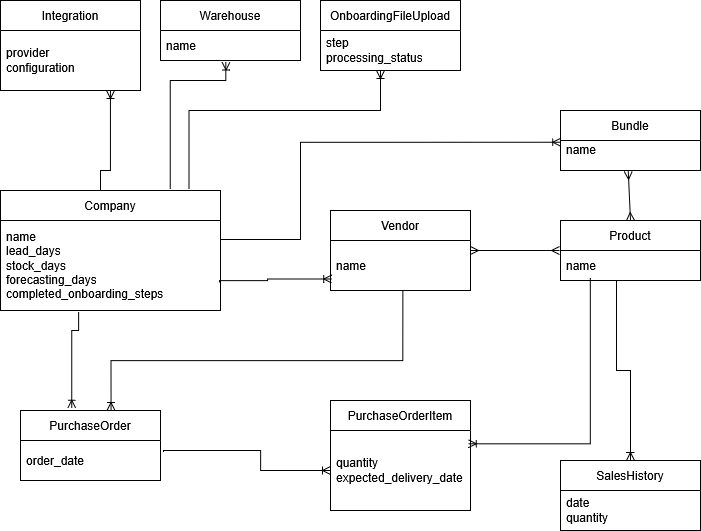
h4nz2/logistics-onboarding keeps this draw.io diagram as docs/entity_diagram.png. Above is the earlier version. Source tidied: cells renumbered, new cells last; positions are measured from the earlier drawing's top-left corner, leaving out a move shared by most shapes. Its diagram source:
```xml
<mxGraphModel>
  <root>
    <mxCell id="0" />
    <mxCell id="1" parent="0" />
    <mxCell id="2" value="&lt;div&gt;Company&lt;/div&gt;" style="swimlane;fontStyle=0;horizontal=1;startSize=30;whiteSpace=wrap;html=1;" parent="1" vertex="1">
      <mxGeometry y="190" width="220" height="120" as="geometry" />
    </mxCell>
    <mxCell id="3" value="&lt;div&gt;name&lt;/div&gt;&lt;div&gt;lead_days&lt;/div&gt;&lt;div&gt;stock_days&lt;/div&gt;&lt;div&gt;forecasting_days&lt;/div&gt;&lt;div&gt;completed_onboarding_steps&lt;/div&gt;" style="text;strokeColor=none;fillColor=none;align=left;verticalAlign=middle;spacingLeft=4;spacingRight=4;overflow=hidden;points=[[0,0.5],[1,0.5]];portConstraint=eastwest;whiteSpace=wrap;html=1;" parent="2" vertex="1">
      <mxGeometry y="30" width="220" height="90" as="geometry" />
    </mxCell>
    <mxCell id="4" value="PurchaseOrder" style="swimlane;fontStyle=0;horizontal=1;startSize=30;whiteSpace=wrap;html=1;" parent="1" vertex="1">
      <mxGeometry x="20" y="410" width="140" height="70" as="geometry" />
    </mxCell>
    <mxCell id="5" value="&lt;div&gt;order_date&lt;/div&gt;" style="text;strokeColor=none;fillColor=none;align=left;verticalAlign=middle;spacingLeft=4;spacingRight=4;overflow=hidden;points=[[0,0.5],[1,0.5]];portConstraint=eastwest;whiteSpace=wrap;html=1;" parent="4" vertex="1">
      <mxGeometry y="30" width="140" height="40" as="geometry" />
    </mxCell>
    <mxCell id="6" value="PurchaseOrderItem" style="swimlane;fontStyle=0;horizontal=1;startSize=30;whiteSpace=wrap;html=1;" parent="1" vertex="1">
      <mxGeometry x="330" y="400" width="140" height="110" as="geometry" />
    </mxCell>
    <mxCell id="7" value="quantity&lt;br&gt;expected_delivery_date" style="text;strokeColor=none;fillColor=none;align=left;verticalAlign=middle;spacingLeft=4;spacingRight=4;overflow=hidden;points=[[0,0.5],[1,0.5]];portConstraint=eastwest;whiteSpace=wrap;html=1;" parent="6" vertex="1">
      <mxGeometry y="30" width="140" height="80" as="geometry" />
    </mxCell>
    <mxCell id="8" value="Product" style="swimlane;fontStyle=0;horizontal=1;startSize=30;whiteSpace=wrap;html=1;" parent="1" vertex="1">
      <mxGeometry x="560" y="220" width="140" height="60" as="geometry" />
    </mxCell>
    <mxCell id="9" value="&lt;div&gt;name&lt;/div&gt;" style="text;strokeColor=none;fillColor=none;align=left;verticalAlign=middle;spacingLeft=4;spacingRight=4;overflow=hidden;points=[[0,0.5],[1,0.5]];portConstraint=eastwest;whiteSpace=wrap;html=1;" parent="8" vertex="1">
      <mxGeometry y="30" width="140" height="30" as="geometry" />
    </mxCell>
    <mxCell id="10" value="Vendor" style="swimlane;fontStyle=0;horizontal=1;startSize=30;whiteSpace=wrap;html=1;" parent="1" vertex="1">
      <mxGeometry x="330" y="210" width="140" height="80" as="geometry" />
    </mxCell>
    <mxCell id="11" value="&lt;div&gt;name&lt;/div&gt;" style="text;strokeColor=none;fillColor=none;align=left;verticalAlign=middle;spacingLeft=4;spacingRight=4;overflow=hidden;points=[[0,0.5],[1,0.5]];portConstraint=eastwest;whiteSpace=wrap;html=1;" parent="10" vertex="1">
      <mxGeometry y="30" width="140" height="50" as="geometry" />
    </mxCell>
    <mxCell id="12" value="Warehouse" style="swimlane;fontStyle=0;horizontal=1;startSize=30;whiteSpace=wrap;html=1;" parent="1" vertex="1">
      <mxGeometry x="160" width="140" height="60" as="geometry" />
    </mxCell>
    <mxCell id="13" value="&lt;div&gt;name&lt;/div&gt;" style="text;strokeColor=none;fillColor=none;align=left;verticalAlign=middle;spacingLeft=4;spacingRight=4;overflow=hidden;points=[[0,0.5],[1,0.5]];portConstraint=eastwest;whiteSpace=wrap;html=1;" parent="12" vertex="1">
      <mxGeometry y="30" width="140" height="30" as="geometry" />
    </mxCell>
    <mxCell id="14" value="Bundle" style="swimlane;fontStyle=0;horizontal=1;startSize=30;whiteSpace=wrap;html=1;" parent="1" vertex="1">
      <mxGeometry x="560" y="110" width="140" height="60" as="geometry" />
    </mxCell>
    <mxCell id="15" value="&lt;div&gt;name&lt;/div&gt;&lt;div&gt;&lt;br&gt;&lt;/div&gt;" style="text;strokeColor=none;fillColor=none;align=left;verticalAlign=middle;spacingLeft=4;spacingRight=4;overflow=hidden;points=[[0,0.5],[1,0.5]];portConstraint=eastwest;whiteSpace=wrap;html=1;" parent="14" vertex="1">
      <mxGeometry y="30" width="140" height="30" as="geometry" />
    </mxCell>
    <mxCell id="16" value="SalesHistory" style="swimlane;fontStyle=0;horizontal=1;startSize=30;whiteSpace=wrap;html=1;" parent="1" vertex="1">
      <mxGeometry x="560" y="460" width="140" height="70" as="geometry" />
    </mxCell>
    <mxCell id="17" value="&lt;div&gt;date&lt;/div&gt;&lt;div&gt;quantity&lt;/div&gt;" style="text;strokeColor=none;fillColor=none;align=left;verticalAlign=middle;spacingLeft=4;spacingRight=4;overflow=hidden;whiteSpace=wrap;html=1;" parent="16" vertex="1">
      <mxGeometry y="30" width="140" height="40" as="geometry" />
    </mxCell>
    <mxCell id="18" style="edgeStyle=entityRelationEdgeStyle;fontSize=12;html=1;endArrow=ERmany;startArrow=ERmany;rounded=0;entryX=-0.007;entryY=0;entryDx=0;entryDy=0;entryPerimeter=0;exitX=1;exitY=0.5;exitDx=0;exitDy=0;" parent="1" edge="1" source="10" target="9">
      <mxGeometry relative="1" as="geometry" />
    </mxCell>
    <mxCell id="19" style="fontSize=12;html=1;endArrow=ERmany;startArrow=ERmany;rounded=0;exitX=0.484;exitY=1.028;exitDx=0;exitDy=0;entryX=0.5;entryY=0;entryDx=0;entryDy=0;exitPerimeter=0;" parent="1" edge="1" source="15" target="8">
      <mxGeometry relative="1" as="geometry" />
    </mxCell>
    <mxCell id="20" value="Integration" style="swimlane;fontStyle=0;horizontal=1;startSize=30;whiteSpace=wrap;html=1;" parent="1" vertex="1">
      <mxGeometry width="140" height="90" as="geometry" />
    </mxCell>
    <mxCell id="21" value="&lt;div&gt;provider&lt;/div&gt;configuration" style="text;strokeColor=none;fillColor=none;align=left;verticalAlign=middle;spacingLeft=4;spacingRight=4;overflow=hidden;points=[[0,0.5],[1,0.5]];portConstraint=eastwest;whiteSpace=wrap;html=1;" parent="20" vertex="1">
      <mxGeometry y="30" width="140" height="60" as="geometry" />
    </mxCell>
    <mxCell id="22" style="edgeStyle=orthogonalEdgeStyle;fontSize=12;html=1;endArrow=ERoneToMany;rounded=0;entryX=0.366;entryY=-0.033;entryDx=0;entryDy=0;entryPerimeter=0;exitX=0.355;exitY=1.017;exitDx=0;exitDy=0;exitPerimeter=0;" parent="1" edge="1" source="3" target="4">
      <mxGeometry relative="1" as="geometry">
        <Array as="points">
          <mxPoint x="78" y="330" />
          <mxPoint x="71" y="330" />
        </Array>
      </mxGeometry>
    </mxCell>
    <mxCell id="23" style="edgeStyle=orthogonalEdgeStyle;fontSize=12;html=1;endArrow=ERoneToMany;rounded=0;entryX=0.009;entryY=0.768;entryDx=0;entryDy=0;entryPerimeter=0;exitX=0.995;exitY=0.687;exitDx=0;exitDy=0;exitPerimeter=0;" parent="1" edge="1" source="3" target="11">
      <mxGeometry relative="1" as="geometry">
        <Array as="points">
          <mxPoint x="219" y="280" />
          <mxPoint x="267" y="280" />
          <mxPoint x="267" y="278" />
        </Array>
      </mxGeometry>
    </mxCell>
    <mxCell id="24" style="edgeStyle=orthogonalEdgeStyle;fontSize=12;html=1;endArrow=ERoneToMany;rounded=0;entryX=0;entryY=0.5;entryDx=0;entryDy=0;exitX=1.021;exitY=0.279;exitDx=0;exitDy=0;exitPerimeter=0;" parent="1" edge="1" source="5" target="7">
      <mxGeometry relative="1" as="geometry">
        <Array as="points">
          <mxPoint x="163" y="450" />
          <mxPoint x="260" y="450" />
          <mxPoint x="260" y="470" />
        </Array>
      </mxGeometry>
    </mxCell>
    <mxCell id="25" style="edgeStyle=orthogonalEdgeStyle;fontSize=12;html=1;endArrow=ERoneToMany;rounded=0;entryX=0.646;entryY=-0.001;entryDx=0;entryDy=0;exitX=0.516;exitY=1.003;exitDx=0;exitDy=0;exitPerimeter=0;entryPerimeter=0;" parent="1" edge="1" source="11" target="4">
      <mxGeometry relative="1" as="geometry">
        <Array as="points">
          <mxPoint x="402" y="360" />
          <mxPoint x="110" y="360" />
        </Array>
      </mxGeometry>
    </mxCell>
    <mxCell id="26" style="edgeStyle=orthogonalEdgeStyle;fontSize=12;html=1;endArrow=ERoneToMany;rounded=0;entryX=0.984;entryY=0.166;entryDx=0;entryDy=0;entryPerimeter=0;exitX=0.213;exitY=0.924;exitDx=0;exitDy=0;exitPerimeter=0;" parent="1" edge="1" source="9" target="7">
      <mxGeometry relative="1" as="geometry">
        <Array as="points">
          <mxPoint x="590" y="443" />
        </Array>
      </mxGeometry>
    </mxCell>
    <mxCell id="27" style="edgeStyle=orthogonalEdgeStyle;fontSize=12;html=1;endArrow=ERoneToMany;rounded=0;entryX=0.5;entryY=0;entryDx=0;entryDy=0;" parent="1" edge="1" source="9" target="16">
      <mxGeometry relative="1" as="geometry">
        <Array as="points">
          <mxPoint x="616" y="370" />
          <mxPoint x="630" y="370" />
        </Array>
      </mxGeometry>
    </mxCell>
    <mxCell id="28" style="edgeStyle=orthogonalEdgeStyle;fontSize=12;html=1;endArrow=ERoneToMany;rounded=0;exitX=0.455;exitY=0;exitDx=0;exitDy=0;exitPerimeter=0;" parent="1" edge="1" source="2" target="21">
      <mxGeometry relative="1" as="geometry">
        <Array as="points">
          <mxPoint x="100" y="170" />
          <mxPoint x="110" y="170" />
        </Array>
      </mxGeometry>
    </mxCell>
    <mxCell id="29" style="edgeStyle=orthogonalEdgeStyle;fontSize=12;html=1;endArrow=ERoneToMany;rounded=0;entryX=0.467;entryY=1.051;entryDx=0;entryDy=0;entryPerimeter=0;exitX=0.772;exitY=-0.01;exitDx=0;exitDy=0;exitPerimeter=0;" parent="1" edge="1" source="2" target="13">
      <mxGeometry relative="1" as="geometry">
        <Array as="points">
          <mxPoint x="170" y="80" />
          <mxPoint x="225" y="80" />
        </Array>
      </mxGeometry>
    </mxCell>
    <mxCell id="30" style="edgeStyle=orthogonalEdgeStyle;fontSize=12;html=1;endArrow=ERoneToMany;rounded=0;entryX=0.001;entryY=0.062;entryDx=0;entryDy=0;entryPerimeter=0;exitX=0.998;exitY=0.212;exitDx=0;exitDy=0;exitPerimeter=0;" parent="1" edge="1" source="3" target="15">
      <mxGeometry relative="1" as="geometry">
        <Array as="points">
          <mxPoint x="300" y="239" />
          <mxPoint x="300" y="142" />
        </Array>
      </mxGeometry>
    </mxCell>
    <mxCell id="31" value="OnboardingFileUpload" style="swimlane;fontStyle=0;horizontal=1;startSize=30;whiteSpace=wrap;html=1;" parent="1" vertex="1">
      <mxGeometry x="320" width="140" height="70" as="geometry" />
    </mxCell>
    <mxCell id="32" value="&lt;div&gt;step&lt;br&gt;processing_status&lt;/div&gt;" style="text;strokeColor=none;fillColor=none;align=left;verticalAlign=middle;spacingLeft=4;spacingRight=4;overflow=hidden;whiteSpace=wrap;html=1;" parent="31" vertex="1">
      <mxGeometry y="30" width="140" height="40" as="geometry" />
    </mxCell>
    <mxCell id="33" style="edgeStyle=orthogonalEdgeStyle;fontSize=12;html=1;endArrow=ERoneToMany;rounded=0;exitX=0.857;exitY=-0.01;exitDx=0;exitDy=0;exitPerimeter=0;" parent="1" edge="1" source="2">
      <mxGeometry relative="1" as="geometry">
        <mxPoint x="380" y="70" as="targetPoint" />
        <Array as="points">
          <mxPoint x="189" y="110" />
          <mxPoint x="380" y="110" />
        </Array>
      </mxGeometry>
    </mxCell>
  </root>
</mxGraphModel>
```
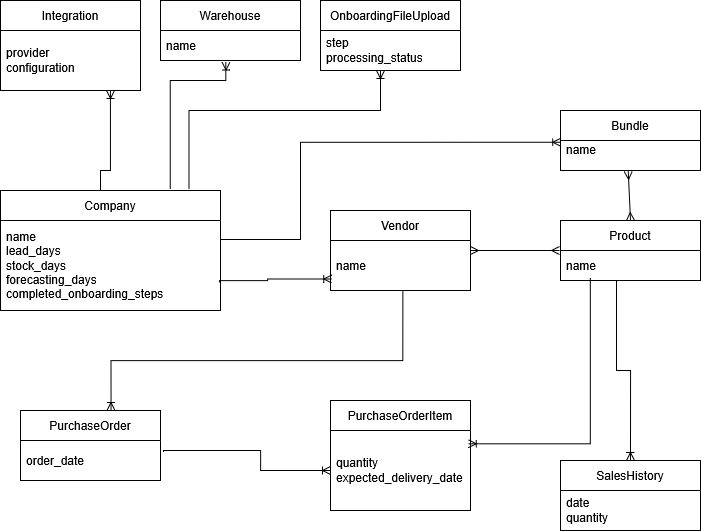
Above is the later version.

The edit, as a diff of the source:
```diff
@@ -62,14 +62,6 @@
     <mxCell id="21" value="&lt;div&gt;provider&lt;/div&gt;configuration" style="text;strokeColor=none;fillColor=none;align=left;verticalAlign=middle;spacingLeft=4;spacingRight=4;overflow=hidden;points=[[0,0.5],[1,0.5]];portConstraint=eastwest;whiteSpace=wrap;html=1;" parent="20" vertex="1">
       <mxGeometry y="30" width="140" height="60" as="geometry" />
     </mxCell>
-    <mxCell id="22" style="edgeStyle=orthogonalEdgeStyle;fontSize=12;html=1;endArrow=ERoneToMany;rounded=0;entryX=0.366;entryY=-0.033;entryDx=0;entryDy=0;entryPerimeter=0;exitX=0.355;exitY=1.017;exitDx=0;exitDy=0;exitPerimeter=0;" parent="1" edge="1" source="3" target="4">
-      <mxGeometry relative="1" as="geometry">
-        <Array as="points">
-          <mxPoint x="78" y="330" />
-          <mxPoint x="71" y="330" />
-        </Array>
-      </mxGeometry>
-    </mxCell>
     <mxCell id="23" style="edgeStyle=orthogonalEdgeStyle;fontSize=12;html=1;endArrow=ERoneToMany;rounded=0;entryX=0.009;entryY=0.768;entryDx=0;entryDy=0;entryPerimeter=0;exitX=0.995;exitY=0.687;exitDx=0;exitDy=0;exitPerimeter=0;" parent="1" edge="1" source="3" target="11">
       <mxGeometry relative="1" as="geometry">
         <Array as="points">
```
